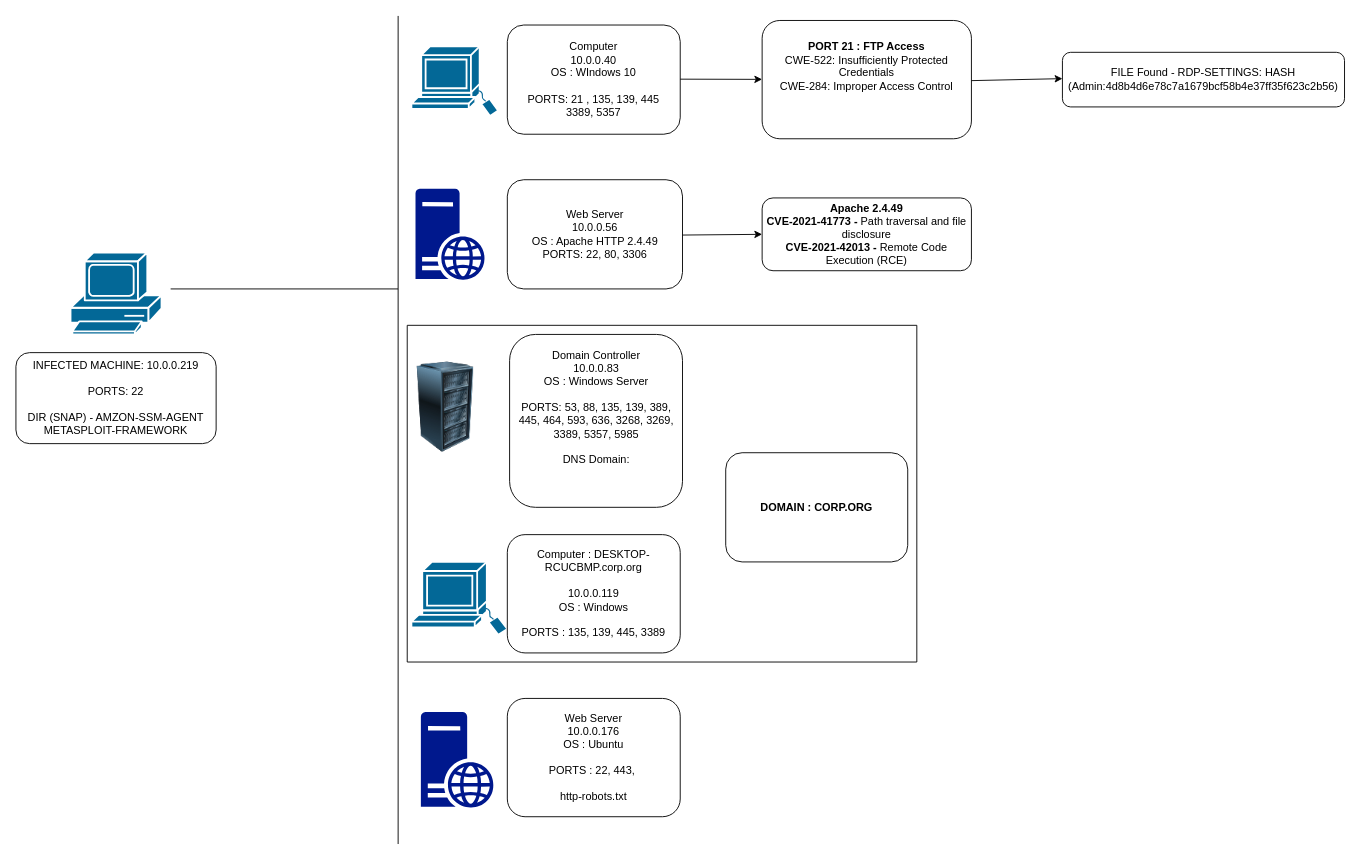
Before: Exercises/FinalProject.drawio in RODMS1/ICC-03-personal-repo, a draw.io diagram. Source tidied: cells renumbered, new cells numbered last; positions are measured from the earlier drawing's top-left corner, leaving out a move shared by most shapes. Both pictures are drawn from the tidied source at 91%, with x=0, y=0 at pixel (15, 15).
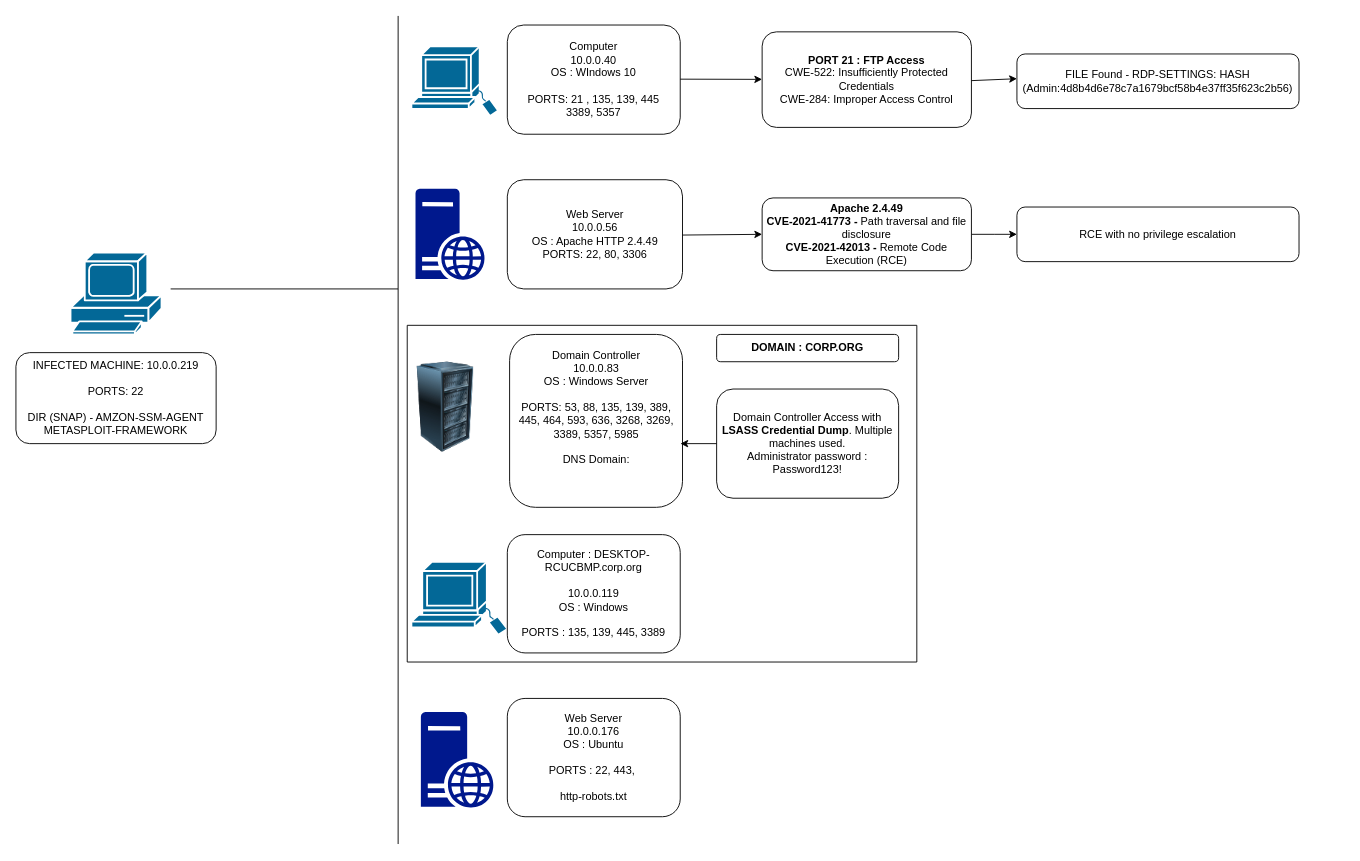
Above is the later version.

The change refers to these unchanged cells:
```xml
<mxCell id="9" value="&lt;b&gt;Apache 2.4.49&lt;/b&gt;&lt;br&gt;&lt;b&gt;CVE-2021-41773 - &lt;/b&gt;Path traversal and file disclosure&lt;br&gt;&lt;b&gt;CVE-2021-42013 -&amp;nbsp;&lt;/b&gt;Remote Code Execution (RCE)" style="rounded=1;whiteSpace=wrap;html=1;" parent="1" vertex="1">
  <mxGeometry x="820" y="200" width="230" height="80" as="geometry" />
</mxCell>
<mxCell id="13" value="Domain Controller&lt;div&gt;10.0.0.83&lt;/div&gt;&lt;div&gt;OS : Windows Server&lt;br&gt;&lt;br&gt;PORTS: 53, 88, 135, 139, 389, 445, 464, 593, 636, 3268, 3269, 3389, 5357, 5985&lt;/div&gt;&lt;div&gt;&lt;br&gt;&lt;/div&gt;&lt;div&gt;DNS Domain:&lt;/div&gt;&lt;div&gt;&lt;br&gt;&lt;/div&gt;&lt;div&gt;&lt;br&gt;&lt;/div&gt;" style="rounded=1;whiteSpace=wrap;html=1;" parent="1" vertex="1">
  <mxGeometry x="542.5" y="350" width="190" height="190" as="geometry" />
</mxCell>
<mxCell id="23" style="swimlane;startSize=0;" parent="1" vertex="1">
  <mxGeometry x="430" y="340" width="560" height="370" as="geometry" />
</mxCell>
```

What changed in the source:
```diff
@@
+    <mxCell id="25" style="edgeStyle=orthogonalEdgeStyle;rounded=0;jettySize=auto;html=1;exitX=1;exitY=0.5;exitDx=0;exitDy=0;" parent="1" edge="1" source="9">
+      <mxGeometry relative="1" as="geometry">
+        <mxPoint x="1100" y="240" as="targetPoint" />
+      </mxGeometry>
+    </mxCell>
@@
     <mxCell id="16" value="FILE Found - RDP-SETTINGS: HASH (Admin:4d8b4d6e78c7a1679bcf58b4e37ff35f623c2b56)" style="rounded=1;whiteSpace=wrap;html=1;" parent="1" vertex="1">
-      <mxGeometry x="1150" y="40" width="310" height="60" as="geometry" />
+      <mxGeometry x="1100" y="41.8" width="310" height="60" as="geometry" />
     </mxCell>
@@
-    <mxCell id="20" value="&lt;b&gt;PORT 21 : FTP Access&lt;/b&gt;&lt;div&gt;CWE-522: Insufficiently Protected Credentials&lt;br&gt;CWE-284: Improper Access Control&lt;/div&gt;&lt;div&gt;&lt;br&gt;&lt;/div&gt;&lt;div&gt;&lt;br&gt;&lt;/div&gt;" style="rounded=1;whiteSpace=wrap;html=1;" parent="1" vertex="1">
-      <mxGeometry x="820" y="5" width="230" height="130" as="geometry" />
+    <mxCell id="20" value="&lt;b&gt;&lt;br&gt;&lt;br&gt;PORT 21 : FTP Access&lt;/b&gt;&lt;div&gt;CWE-522: Insufficiently Protected Credentials&lt;br&gt;CWE-284: Improper Access Control&lt;/div&gt;&lt;div&gt;&lt;br&gt;&lt;/div&gt;&lt;div&gt;&lt;br&gt;&lt;/div&gt;" style="rounded=1;whiteSpace=wrap;html=1;" parent="1" vertex="1">
+      <mxGeometry x="820" y="17.5" width="230" height="105" as="geometry" />
     </mxCell>
-    <mxCell id="21" style="endArrow=classic;html=1;rounded=0;entryX=0;entryY=0.5;entryDx=0;entryDy=0;" parent="1" edge="1">
+    <mxCell id="21" style="endArrow=classic;html=1;rounded=0;" parent="1" edge="1">
       <mxGeometry relative="1" as="geometry">
         <mxPoint x="1050" y="71.1" as="sourcePoint" />
-        <mxPoint x="1150" y="68.9" as="targetPoint" />
+        <mxPoint x="1100" y="69" as="targetPoint" />
         <Array as="points">
           <mxPoint x="1050" y="71.1" />
         </Array>
       </mxGeometry>
     </mxCell>
@@
     <mxCell id="24" value="&lt;b&gt;DOMAIN : CORP.ORG&lt;/b&gt;" style="rounded=1;whiteSpace=wrap;html=1;" parent="23" vertex="1">
-      <mxGeometry x="350" y="140" width="200" height="120" as="geometry" />
+      <mxGeometry x="340" y="10" width="200" height="30" as="geometry" />
     </mxCell>
+    <mxCell id="26" value="Domain Controller Access with &lt;b&gt;LSASS Credential Dump&lt;/b&gt;. Multiple machines used.&lt;br&gt;Administrator password : Password123!" style="rounded=1;whiteSpace=wrap;html=1;" parent="23" vertex="1">
+      <mxGeometry x="340" y="70" width="200" height="120" as="geometry" />
+    </mxCell>
+    <mxCell id="27" value="RCE with no privilege escalation" style="rounded=1;whiteSpace=wrap;html=1;" parent="1" vertex="1">
+      <mxGeometry x="1100" y="210" width="310" height="60" as="geometry" />
+    </mxCell>
+    <mxCell id="28" style="edgeStyle=orthogonalEdgeStyle;rounded=0;jettySize=auto;html=1;exitX=0;exitY=0.5;exitDx=0;exitDy=0;entryX=0.988;entryY=0.636;entryDx=0;entryDy=0;entryPerimeter=0;" parent="1" edge="1" source="26" target="13">
+      <mxGeometry relative="1" as="geometry" />
+    </mxCell>
```
